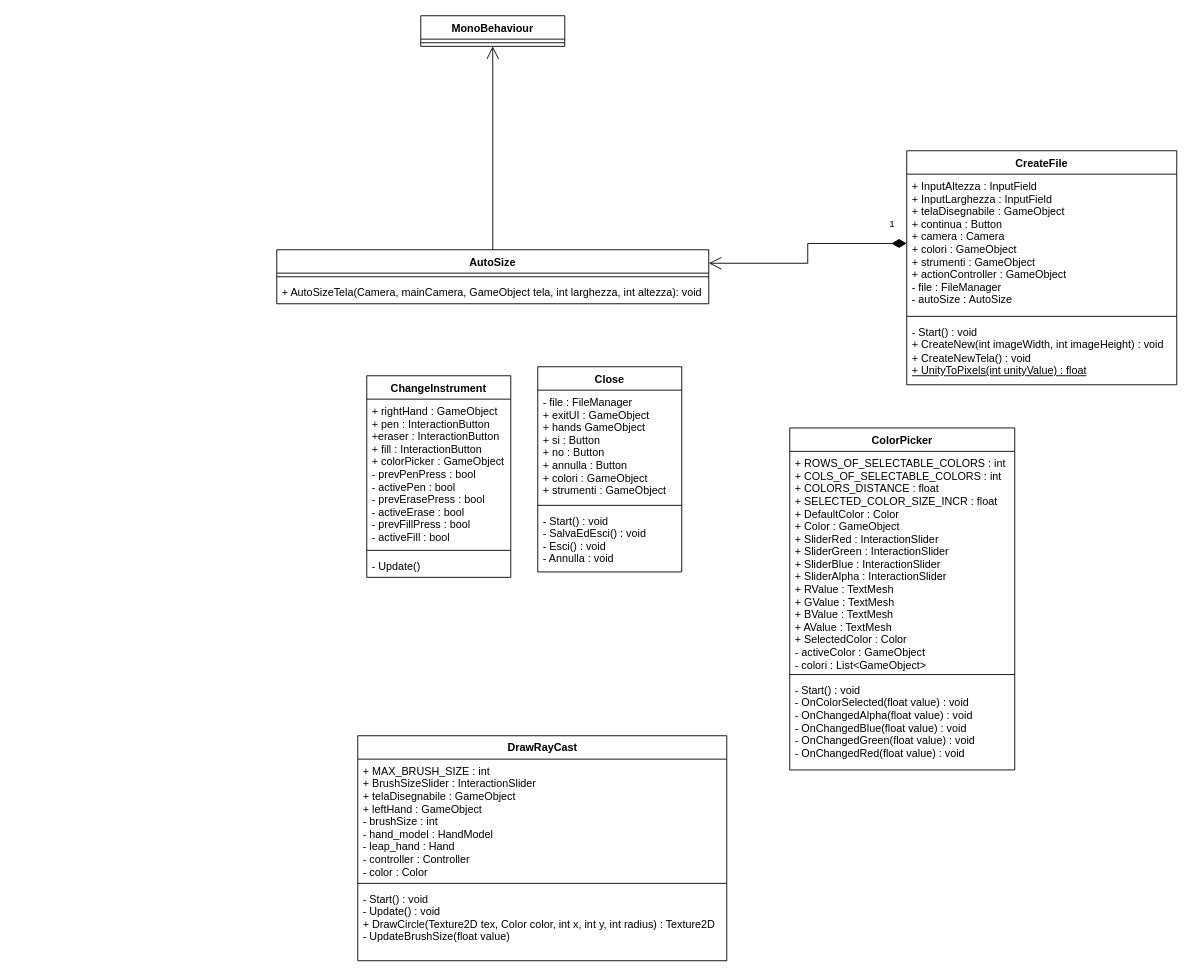
The draw.io diagram Documentazione/ClassDiagram.drawio in LuMug/VirtualPainter, before the edit. Source tidied: cells renumbered, new cells numbered last; positions are measured from the earlier drawing's top-left corner, leaving out a move shared by most shapes. Both pictures are drawn from the tidied source at 90%, with x=0, y=0 at pixel (276, 15).
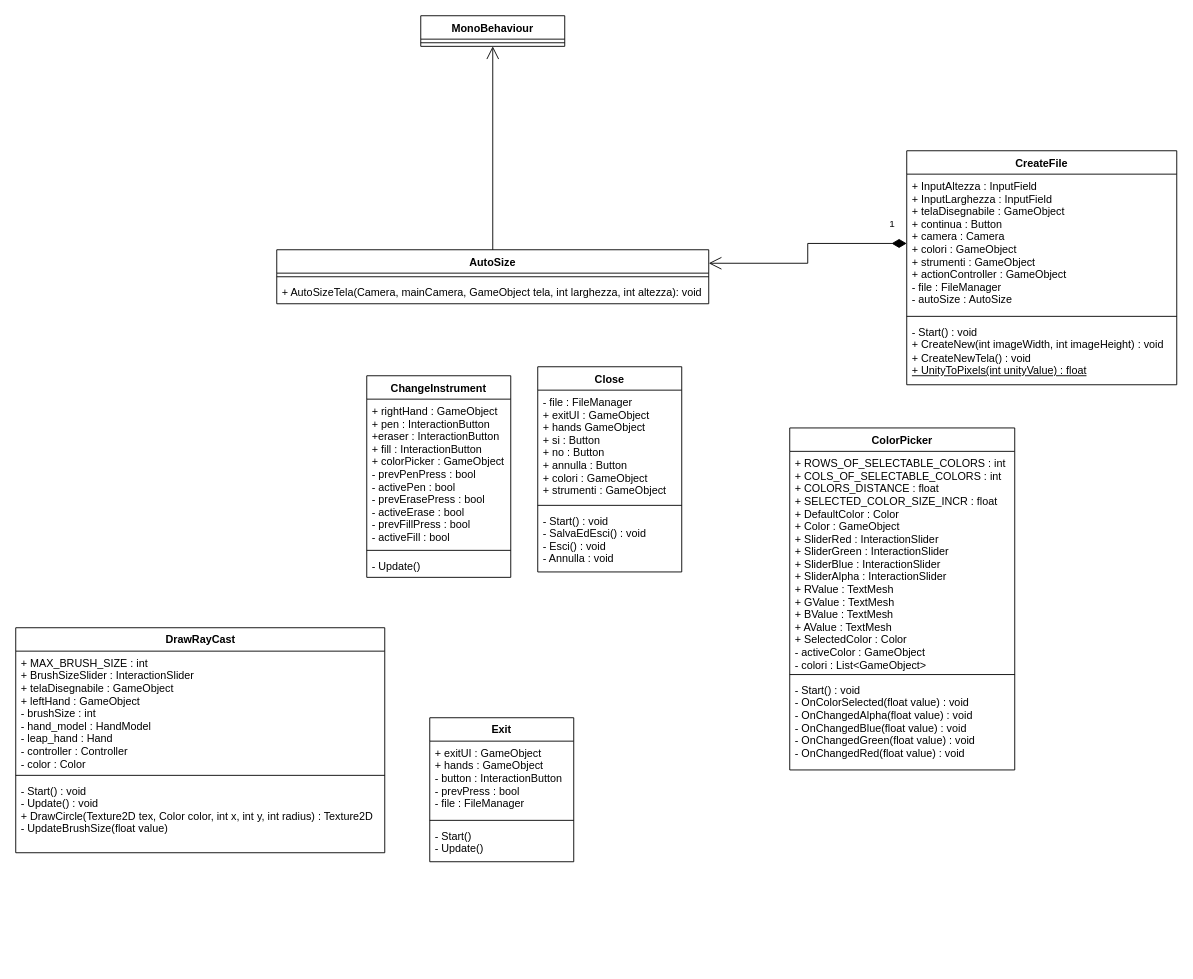
The same page after the edit.

Diff of the diagram source:
```diff
@@
     <mxCell id="25" value="DrawRayCast" style="swimlane;fontStyle=1;align=center;verticalAlign=top;horizontal=1;startSize=26;html=1;" parent="1" vertex="1">
-      <mxGeometry x="90" y="800" width="410" height="250" as="geometry" />
+      <mxGeometry x="-290" y="680" width="410" height="250" as="geometry" />
     </mxCell>
@@
+    <mxCell id="29" value="Exit" style="swimlane;fontStyle=1;align=center;verticalAlign=top;horizontal=1;startSize=26;" parent="1" vertex="1">
+      <mxGeometry x="170" y="780" width="160" height="160" as="geometry" />
+    </mxCell>
+    <mxCell id="30" value="+ exitUI : GameObject&#10;+ hands : GameObject&#10;- button : InteractionButton&#10;- prevPress : bool&#10;- file : FileManager&#10;" style="text;strokeColor=none;fillColor=none;align=left;verticalAlign=top;spacingLeft=4;spacingRight=4;overflow=hidden;" parent="29" vertex="1">
+      <mxGeometry y="26" width="160" height="84" as="geometry" />
+    </mxCell>
+    <mxCell id="31" style="line;strokeWidth=1;fillColor=none;align=left;verticalAlign=middle;spacingTop=-1;spacingLeft=3;spacingRight=3;labelPosition=right;" parent="29" vertex="1">
+      <mxGeometry y="110" width="160" height="8" as="geometry" />
+    </mxCell>
+    <mxCell id="32" value="- Start()&#10;- Update()" style="text;strokeColor=none;fillColor=none;align=left;verticalAlign=top;spacingLeft=4;spacingRight=4;overflow=hidden;" parent="29" vertex="1">
+      <mxGeometry y="118" width="160" height="42" as="geometry" />
+    </mxCell>
```
